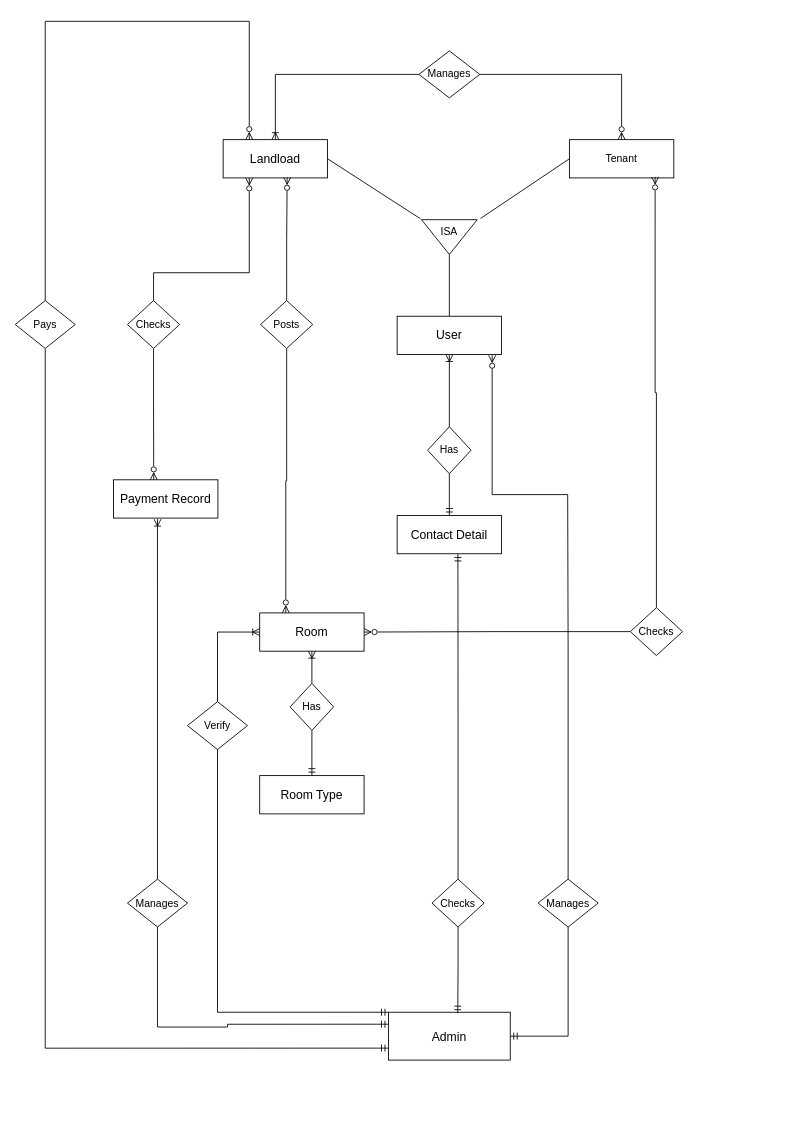
Sbdpratik/gharbeti keeps this draw.io diagram as page "ERD" (2 of 5) of GharBeti(Diagrams).drawio. Above is the earlier version. Source tidied: cells renumbered, new cells numbered last; positions are measured from the earlier drawing's top-left corner, leaving out a move shared by most shapes. Both pictures are drawn from the tidied source at 87%, with x=0, y=0 at pixel (15, 21).
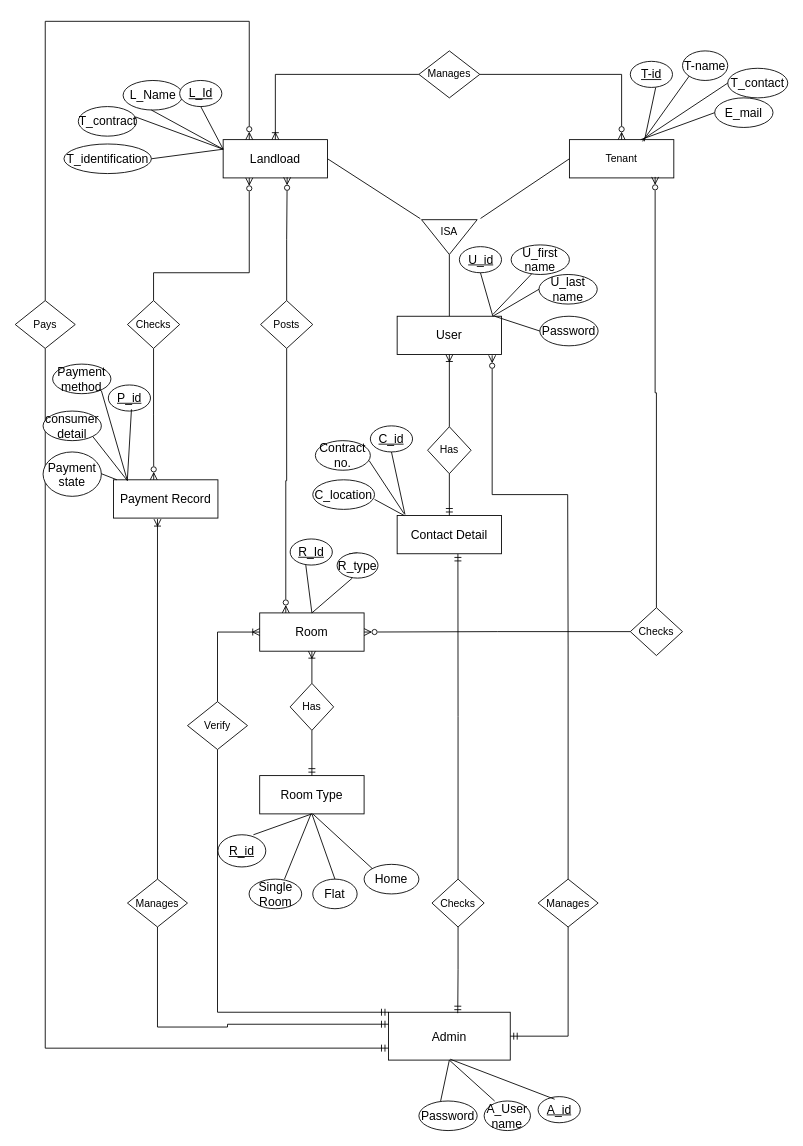
The same page after the edit.

The change refers to these unchanged cells:
```xml
<mxCell id="3" value="&lt;font style=&quot;font-size: 14px&quot;&gt;Landload&lt;/font&gt;" style="rounded=0;whiteSpace=wrap;html=1;" parent="1" vertex="1">
  <mxGeometry x="239" y="136" width="120" height="44" as="geometry" />
</mxCell>
<mxCell id="10" value="&lt;font style=&quot;font-size: 14px&quot;&gt;Room&lt;/font&gt;" style="rounded=0;whiteSpace=wrap;html=1;" parent="1" vertex="1">
  <mxGeometry x="281" y="680" width="120" height="44" as="geometry" />
</mxCell>
<mxCell id="11" value="&lt;font style=&quot;font-size: 14px&quot;&gt;Payment Record&lt;/font&gt;" style="rounded=0;whiteSpace=wrap;html=1;" parent="1" vertex="1">
  <mxGeometry x="113" y="527" width="120" height="44" as="geometry" />
</mxCell>
<mxCell id="12" value="&lt;font style=&quot;font-size: 14px&quot;&gt;Contact Detail&lt;/font&gt;" style="rounded=0;whiteSpace=wrap;html=1;" parent="1" vertex="1">
  <mxGeometry x="439" y="568" width="120" height="44" as="geometry" />
</mxCell>
<mxCell id="18" value="&lt;span style=&quot;font-size: 14px;&quot;&gt;Room Type&lt;/span&gt;" style="rounded=0;whiteSpace=wrap;html=1;" parent="1" vertex="1">
  <mxGeometry x="281" y="867" width="120" height="44" as="geometry" />
</mxCell>
<mxCell id="31" value="&lt;font style=&quot;font-size: 14px&quot;&gt;Admin&lt;/font&gt;" style="rounded=0;whiteSpace=wrap;html=1;" parent="1" vertex="1">
  <mxGeometry x="429" y="1139" width="140" height="55" as="geometry" />
</mxCell>
```

Diff of the diagram source:
```diff
@@
+    <mxCell id="47" value="T-name" style="ellipse;whiteSpace=wrap;html=1;fontSize=14;" parent="1" vertex="1">
+      <mxGeometry x="767" y="34" width="52" height="34" as="geometry" />
+    </mxCell>
+    <mxCell id="48" value="T_contact" style="ellipse;whiteSpace=wrap;html=1;fontSize=14;" parent="1" vertex="1">
+      <mxGeometry x="819" y="54" width="69" height="34" as="geometry" />
+    </mxCell>
+    <mxCell id="49" value="E_mail" style="ellipse;whiteSpace=wrap;html=1;fontSize=14;" parent="1" vertex="1">
+      <mxGeometry x="804" y="88" width="67" height="34" as="geometry" />
+    </mxCell>
+    <mxCell id="50" value="U_last name" style="ellipse;whiteSpace=wrap;html=1;fontSize=14;" parent="1" vertex="1">
+      <mxGeometry x="602" y="291" width="67" height="34" as="geometry" />
+    </mxCell>
+    <mxCell id="51" value="Password" style="ellipse;whiteSpace=wrap;html=1;fontSize=14;" parent="1" vertex="1">
+      <mxGeometry x="603" y="339" width="67" height="34" as="geometry" />
+    </mxCell>
+    <mxCell id="52" value="A_User name" style="ellipse;whiteSpace=wrap;html=1;fontSize=14;" parent="1" vertex="1">
+      <mxGeometry x="539" y="1241" width="53.2" height="34" as="geometry" />
+    </mxCell>
+    <mxCell id="53" value="L_Name" style="ellipse;whiteSpace=wrap;html=1;fontSize=14;" parent="1" vertex="1">
+      <mxGeometry x="124" y="68" width="68.5" height="34" as="geometry" />
+    </mxCell>
+    <mxCell id="54" value="T-id" style="ellipse;whiteSpace=wrap;html=1;align=center;fontStyle=4;fontSize=14;" parent="1" vertex="1">
+      <mxGeometry x="707" y="46" width="48.5" height="30" as="geometry" />
+    </mxCell>
+    <mxCell id="55" value="L_Id" style="ellipse;whiteSpace=wrap;html=1;align=center;fontStyle=4;fontSize=14;" parent="1" vertex="1">
+      <mxGeometry x="189" y="68" width="48.5" height="30" as="geometry" />
+    </mxCell>
+    <mxCell id="56" value="R_Id" style="ellipse;whiteSpace=wrap;html=1;align=center;fontStyle=4;fontSize=14;" parent="1" vertex="1">
+      <mxGeometry x="316" y="595" width="48.5" height="30" as="geometry" />
+    </mxCell>
+    <mxCell id="57" value="U_id" style="ellipse;whiteSpace=wrap;html=1;align=center;fontStyle=4;fontSize=14;" parent="1" vertex="1">
+      <mxGeometry x="510.5" y="259" width="48.5" height="30" as="geometry" />
+    </mxCell>
+    <mxCell id="58" style="endArrow=none;html=1;fontSize=14;entryX=0.5;entryY=1;entryDx=0;entryDy=0;" parent="1" edge="1">
+      <mxGeometry relative="1" as="geometry">
+        <mxPoint x="723" y="138" as="sourcePoint" />
+        <mxPoint x="736.2" y="76" as="targetPoint" />
+      </mxGeometry>
+    </mxCell>
+    <mxCell id="59" value="P_id" style="ellipse;whiteSpace=wrap;html=1;align=center;fontStyle=4;fontSize=14;" parent="1" vertex="1">
+      <mxGeometry x="107" y="418" width="48.5" height="30" as="geometry" />
+    </mxCell>
+    <mxCell id="60" style="endArrow=none;html=1;fontSize=14;entryX=0;entryY=1;entryDx=0;entryDy=0;" parent="1" edge="1" target="47">
+      <mxGeometry relative="1" as="geometry">
+        <mxPoint x="721" y="138" as="sourcePoint" />
+      </mxGeometry>
+    </mxCell>
+    <mxCell id="61" style="endArrow=none;html=1;fontSize=14;entryX=0;entryY=0.5;entryDx=0;entryDy=0;" parent="1" edge="1" target="48">
+      <mxGeometry relative="1" as="geometry">
+        <mxPoint x="721" y="136" as="sourcePoint" />
+      </mxGeometry>
+    </mxCell>
+    <mxCell id="62" style="endArrow=none;html=1;fontSize=14;entryX=0;entryY=0.5;entryDx=0;entryDy=0;" parent="1" edge="1" target="49">
+      <mxGeometry relative="1" as="geometry">
+        <mxPoint x="719" y="136" as="sourcePoint" />
+      </mxGeometry>
+    </mxCell>
+    <mxCell id="63" style="endArrow=none;html=1;fontSize=14;entryX=0;entryY=0.25;entryDx=0;entryDy=0;" parent="1" edge="1" target="3">
+      <mxGeometry relative="1" as="geometry">
+        <mxPoint x="156.5" y="102" as="sourcePoint" />
+      </mxGeometry>
+    </mxCell>
+    <mxCell id="64" style="endArrow=none;html=1;fontSize=14;entryX=0;entryY=0.25;entryDx=0;entryDy=0;exitX=1;exitY=0.5;exitDx=0;exitDy=0;" parent="1" edge="1" source="66" target="3">
+      <mxGeometry relative="1" as="geometry" />
+    </mxCell>
+    <mxCell id="65" value="T_contract" style="ellipse;whiteSpace=wrap;html=1;fontSize=14;" parent="1" vertex="1">
+      <mxGeometry x="72.5" y="98" width="67" height="34" as="geometry" />
+    </mxCell>
+    <mxCell id="66" value="T_identification" style="ellipse;whiteSpace=wrap;html=1;fontSize=14;" parent="1" vertex="1">
+      <mxGeometry x="56" y="141" width="100.5" height="34" as="geometry" />
+    </mxCell>
+    <mxCell id="67" value="U_first name" style="ellipse;whiteSpace=wrap;html=1;fontSize=14;" parent="1" vertex="1">
+      <mxGeometry x="570" y="257" width="67" height="34" as="geometry" />
+    </mxCell>
+    <mxCell id="68" style="endArrow=none;html=1;fontSize=14;entryX=0;entryY=0.25;entryDx=0;entryDy=0;" parent="1" edge="1" target="3">
+      <mxGeometry relative="1" as="geometry">
+        <mxPoint x="138.5" y="110" as="sourcePoint" />
+      </mxGeometry>
+    </mxCell>
+    <mxCell id="69" style="endArrow=none;html=1;fontSize=14;entryX=0;entryY=0.25;entryDx=0;entryDy=0;exitX=0.5;exitY=1;exitDx=0;exitDy=0;" parent="1" edge="1" source="55" target="3">
+      <mxGeometry relative="1" as="geometry" />
+    </mxCell>
+    <mxCell id="70" style="endArrow=none;html=1;fontSize=14;entryX=0.5;entryY=1;entryDx=0;entryDy=0;" parent="1" edge="1" target="57">
+      <mxGeometry relative="1" as="geometry">
+        <mxPoint x="549" y="339" as="sourcePoint" />
+      </mxGeometry>
+    </mxCell>
+    <mxCell id="71" style="endArrow=none;html=1;fontSize=14;entryX=0.5;entryY=1;entryDx=0;entryDy=0;exitX=0.5;exitY=0;exitDx=0;exitDy=0;" parent="1" edge="1" source="74" target="18">
+      <mxGeometry relative="1" as="geometry" />
+    </mxCell>
+    <mxCell id="72" value="C_id" style="ellipse;whiteSpace=wrap;html=1;align=center;fontStyle=4;fontSize=14;" parent="1" vertex="1">
+      <mxGeometry x="408.2" y="465" width="48.5" height="30" as="geometry" />
+    </mxCell>
+    <mxCell id="73" value="A_id" style="ellipse;whiteSpace=wrap;html=1;align=center;fontStyle=4;fontSize=14;" parent="1" vertex="1">
+      <mxGeometry x="601" y="1236" width="48.5" height="30" as="geometry" />
+    </mxCell>
+    <mxCell id="74" value="Flat" style="ellipse;whiteSpace=wrap;html=1;fontSize=14;" parent="1" vertex="1">
+      <mxGeometry x="342" y="986" width="51" height="34" as="geometry" />
+    </mxCell>
+    <mxCell id="75" value="Password" style="ellipse;whiteSpace=wrap;html=1;fontSize=14;" parent="1" vertex="1">
+      <mxGeometry x="464" y="1241" width="67" height="34" as="geometry" />
+    </mxCell>
+    <mxCell id="76" value="Single Room" style="ellipse;whiteSpace=wrap;html=1;fontSize=14;" parent="1" vertex="1">
+      <mxGeometry x="268.8" y="986" width="60.5" height="34" as="geometry" />
+    </mxCell>
+    <mxCell id="77" style="endArrow=none;html=1;fontSize=14;" parent="1" edge="1">
+      <mxGeometry relative="1" as="geometry">
+        <mxPoint x="406.8" y="505" as="sourcePoint" />
+        <mxPoint x="447" y="566" as="targetPoint" />
+      </mxGeometry>
+    </mxCell>
+    <mxCell id="78" style="endArrow=none;html=1;fontSize=14;entryX=0.5;entryY=1;entryDx=0;entryDy=0;" parent="1" edge="1" target="31">
+      <mxGeometry relative="1" as="geometry">
+        <mxPoint x="489" y="1241" as="sourcePoint" />
+      </mxGeometry>
+    </mxCell>
+    <mxCell id="79" style="endArrow=none;html=1;fontSize=14;" parent="1" edge="1">
+      <mxGeometry relative="1" as="geometry">
+        <mxPoint x="620" y="1239" as="sourcePoint" />
+        <mxPoint x="500" y="1193" as="targetPoint" />
+      </mxGeometry>
+    </mxCell>
+    <mxCell id="80" style="endArrow=none;html=1;fontSize=14;entryX=0.5;entryY=1;entryDx=0;entryDy=0;" parent="1" edge="1" target="31">
+      <mxGeometry relative="1" as="geometry">
+        <mxPoint x="551" y="1241" as="sourcePoint" />
+      </mxGeometry>
+    </mxCell>
+    <mxCell id="81" value="R_id" style="ellipse;whiteSpace=wrap;html=1;align=center;fontStyle=4;fontSize=14;" parent="1" vertex="1">
+      <mxGeometry x="233" y="935" width="55" height="37" as="geometry" />
+    </mxCell>
+    <mxCell id="82" value="Home" style="ellipse;whiteSpace=wrap;html=1;fontSize=14;" parent="1" vertex="1">
+      <mxGeometry x="401" y="969" width="63" height="34" as="geometry" />
+    </mxCell>
+    <mxCell id="83" style="endArrow=none;html=1;fontSize=14;exitX=0.5;exitY=0;exitDx=0;exitDy=0;" parent="1" edge="1">
+      <mxGeometry relative="1" as="geometry">
+        <mxPoint x="309.5" y="986" as="sourcePoint" />
+        <mxPoint x="340" y="911" as="targetPoint" />
+      </mxGeometry>
+    </mxCell>
+    <mxCell id="84" style="endArrow=none;html=1;fontSize=14;entryX=0.5;entryY=1;entryDx=0;entryDy=0;exitX=0;exitY=0;exitDx=0;exitDy=0;" parent="1" edge="1" source="82">
+      <mxGeometry relative="1" as="geometry">
+        <mxPoint x="342" y="911" as="targetPoint" />
+      </mxGeometry>
+    </mxCell>
+    <mxCell id="85" style="endArrow=none;html=1;fontSize=14;entryX=0.5;entryY=1;entryDx=0;entryDy=0;exitX=0.5;exitY=0;exitDx=0;exitDy=0;" parent="1" edge="1" target="18">
+      <mxGeometry relative="1" as="geometry">
+        <mxPoint x="273.8" y="935" as="sourcePoint" />
+      </mxGeometry>
+    </mxCell>
+    <mxCell id="86" style="endArrow=none;html=1;fontSize=14;" parent="1" edge="1">
+      <mxGeometry relative="1" as="geometry">
+        <mxPoint x="549" y="337" as="sourcePoint" />
+        <mxPoint x="593.7" y="290.2" as="targetPoint" />
+      </mxGeometry>
+    </mxCell>
+    <mxCell id="87" style="endArrow=none;html=1;fontSize=14;entryX=0;entryY=0.5;entryDx=0;entryDy=0;" parent="1" edge="1" target="50">
+      <mxGeometry relative="1" as="geometry">
+        <mxPoint x="549" y="339" as="sourcePoint" />
+      </mxGeometry>
+    </mxCell>
+    <mxCell id="88" style="endArrow=none;html=1;fontSize=14;entryX=0;entryY=0.5;entryDx=0;entryDy=0;" parent="1" edge="1" target="51">
+      <mxGeometry relative="1" as="geometry">
+        <mxPoint x="551" y="339" as="sourcePoint" />
+      </mxGeometry>
+    </mxCell>
+    <mxCell id="89" value="Contract no." style="ellipse;whiteSpace=wrap;html=1;fontSize=14;" parent="1" vertex="1">
+      <mxGeometry x="345" y="482" width="63.2" height="34" as="geometry" />
+    </mxCell>
+    <mxCell id="90" style="endArrow=none;html=1;fontSize=14;entryX=0.371;entryY=1;entryDx=0;entryDy=0;entryPerimeter=0;exitX=0.5;exitY=0;exitDx=0;exitDy=0;" parent="1" edge="1" source="10" target="56">
+      <mxGeometry relative="1" as="geometry" />
+    </mxCell>
+    <mxCell id="91" style="endArrow=none;html=1;fontSize=14;entryX=0.371;entryY=1;entryDx=0;entryDy=0;entryPerimeter=0;exitX=0.5;exitY=0;exitDx=0;exitDy=0;" parent="1" edge="1" source="97">
+      <mxGeometry relative="1" as="geometry">
+        <mxPoint x="383.7" y="612" as="targetPoint" />
+      </mxGeometry>
+    </mxCell>
+    <mxCell id="92" style="endArrow=none;html=1;fontSize=14;entryX=0.5;entryY=1;entryDx=0;entryDy=0;exitX=0.075;exitY=-0.023;exitDx=0;exitDy=0;exitPerimeter=0;" parent="1" edge="1" source="12" target="72">
+      <mxGeometry relative="1" as="geometry" />
+    </mxCell>
+    <mxCell id="93" value="C_location" style="ellipse;whiteSpace=wrap;html=1;fontSize=14;" parent="1" vertex="1">
+      <mxGeometry x="342" y="527" width="71" height="34" as="geometry" />
+    </mxCell>
+    <mxCell id="94" value="Payment method" style="ellipse;whiteSpace=wrap;html=1;fontSize=14;" parent="1" vertex="1">
+      <mxGeometry x="43" y="394" width="67" height="34" as="geometry" />
+    </mxCell>
+    <mxCell id="95" value="consumer detail" style="ellipse;whiteSpace=wrap;html=1;fontSize=14;" parent="1" vertex="1">
+      <mxGeometry x="32" y="448" width="67" height="34" as="geometry" />
+    </mxCell>
+    <mxCell id="96" value="Payment state" style="ellipse;whiteSpace=wrap;html=1;fontSize=14;" parent="1" vertex="1">
+      <mxGeometry x="32" y="495" width="67" height="51" as="geometry" />
+    </mxCell>
+    <mxCell id="97" value="R_type" style="ellipse;whiteSpace=wrap;html=1;fontSize=14;" parent="1" vertex="1">
+      <mxGeometry x="370" y="611" width="47" height="29" as="geometry" />
+    </mxCell>
+    <mxCell id="98" style="endArrow=none;html=1;fontSize=14;entryX=0.371;entryY=1;entryDx=0;entryDy=0;entryPerimeter=0;exitX=0.5;exitY=0;exitDx=0;exitDy=0;" parent="1" edge="1" source="10" target="97">
+      <mxGeometry relative="1" as="geometry" />
+    </mxCell>
+    <mxCell id="99" style="endArrow=none;html=1;fontSize=14;entryX=0.371;entryY=1;entryDx=0;entryDy=0;entryPerimeter=0;" parent="1" edge="1">
+      <mxGeometry relative="1" as="geometry">
+        <mxPoint x="447" y="568" as="sourcePoint" />
+        <mxPoint x="413" y="549.5" as="targetPoint" />
+      </mxGeometry>
+    </mxCell>
+    <mxCell id="100" style="endArrow=none;html=1;fontSize=14;entryX=0.371;entryY=1;entryDx=0;entryDy=0;entryPerimeter=0;" parent="1" edge="1">
+      <mxGeometry relative="1" as="geometry">
+        <mxPoint x="128.9" y="527" as="sourcePoint" />
+        <mxPoint x="133.6" y="446" as="targetPoint" />
+      </mxGeometry>
+    </mxCell>
+    <mxCell id="101" style="endArrow=none;html=1;fontSize=14;entryX=0.371;entryY=1;entryDx=0;entryDy=0;entryPerimeter=0;exitX=0.133;exitY=0.023;exitDx=0;exitDy=0;exitPerimeter=0;" parent="1" edge="1" source="11">
+      <mxGeometry relative="1" as="geometry">
+        <mxPoint x="99" y="424.5" as="targetPoint" />
+      </mxGeometry>
+    </mxCell>
+    <mxCell id="102" style="endArrow=none;html=1;fontSize=14;entryX=1;entryY=1;entryDx=0;entryDy=0;exitX=0.133;exitY=0.023;exitDx=0;exitDy=0;exitPerimeter=0;" parent="1" edge="1" source="11" target="95">
+      <mxGeometry relative="1" as="geometry" />
+    </mxCell>
+    <mxCell id="103" style="endArrow=none;html=1;fontSize=14;entryX=0.371;entryY=1;entryDx=0;entryDy=0;entryPerimeter=0;" parent="1" edge="1" source="11">
+      <mxGeometry relative="1" as="geometry">
+        <mxPoint x="99" y="520" as="targetPoint" />
+      </mxGeometry>
+    </mxCell>
```
